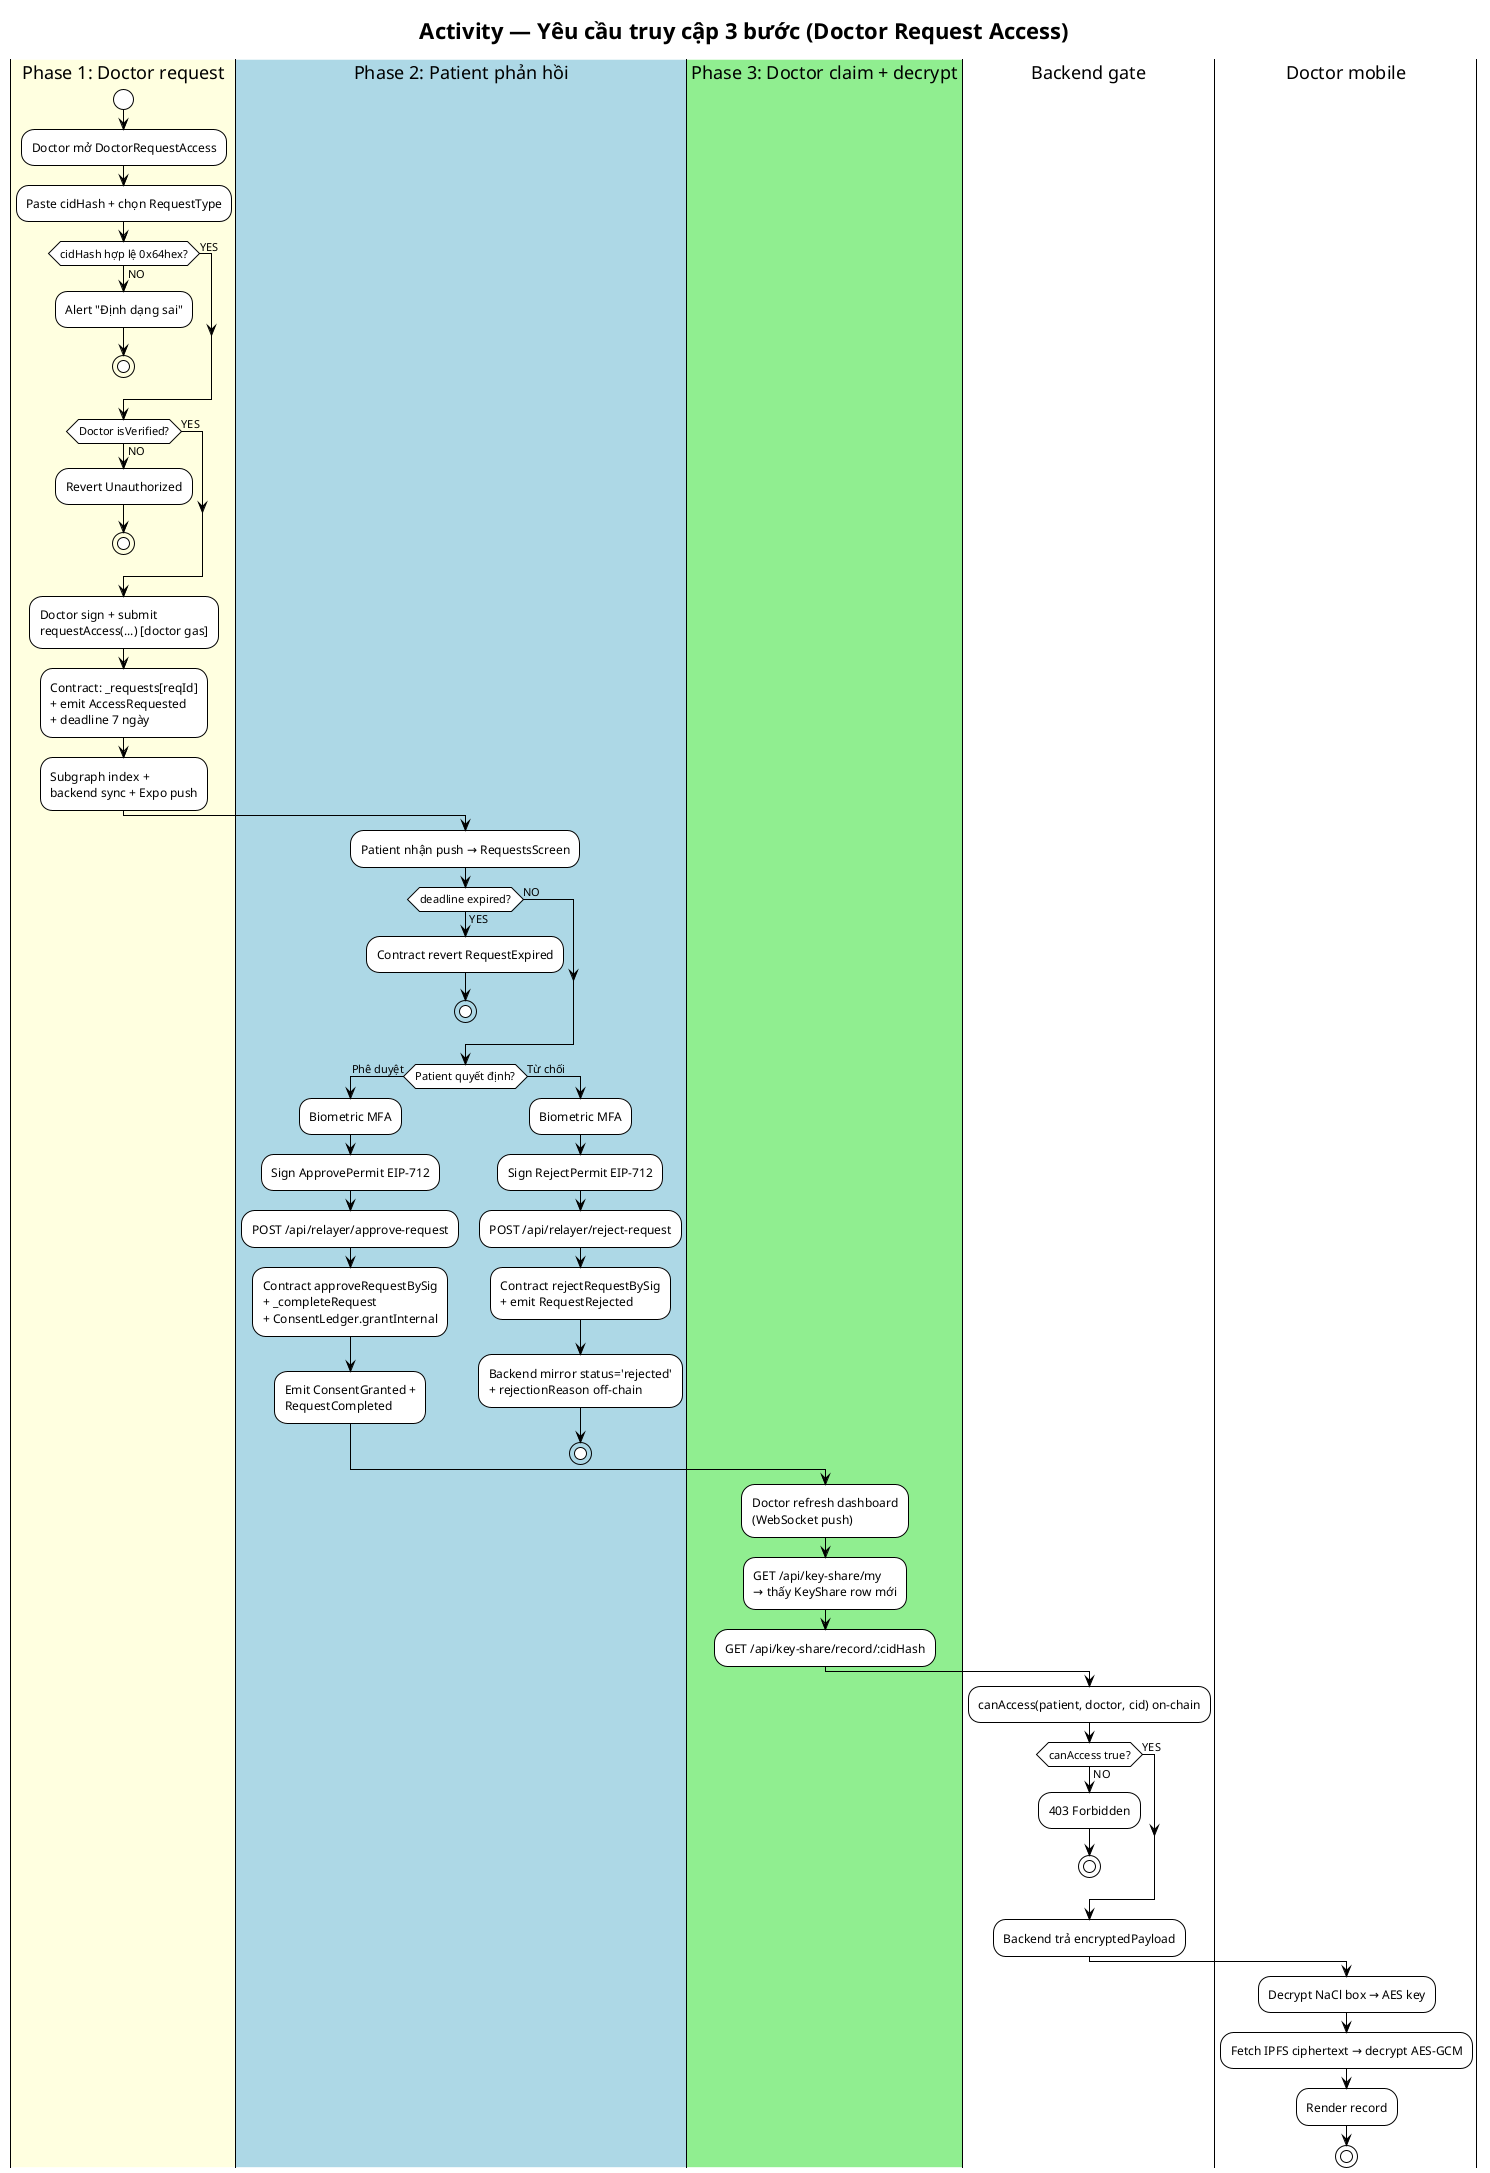
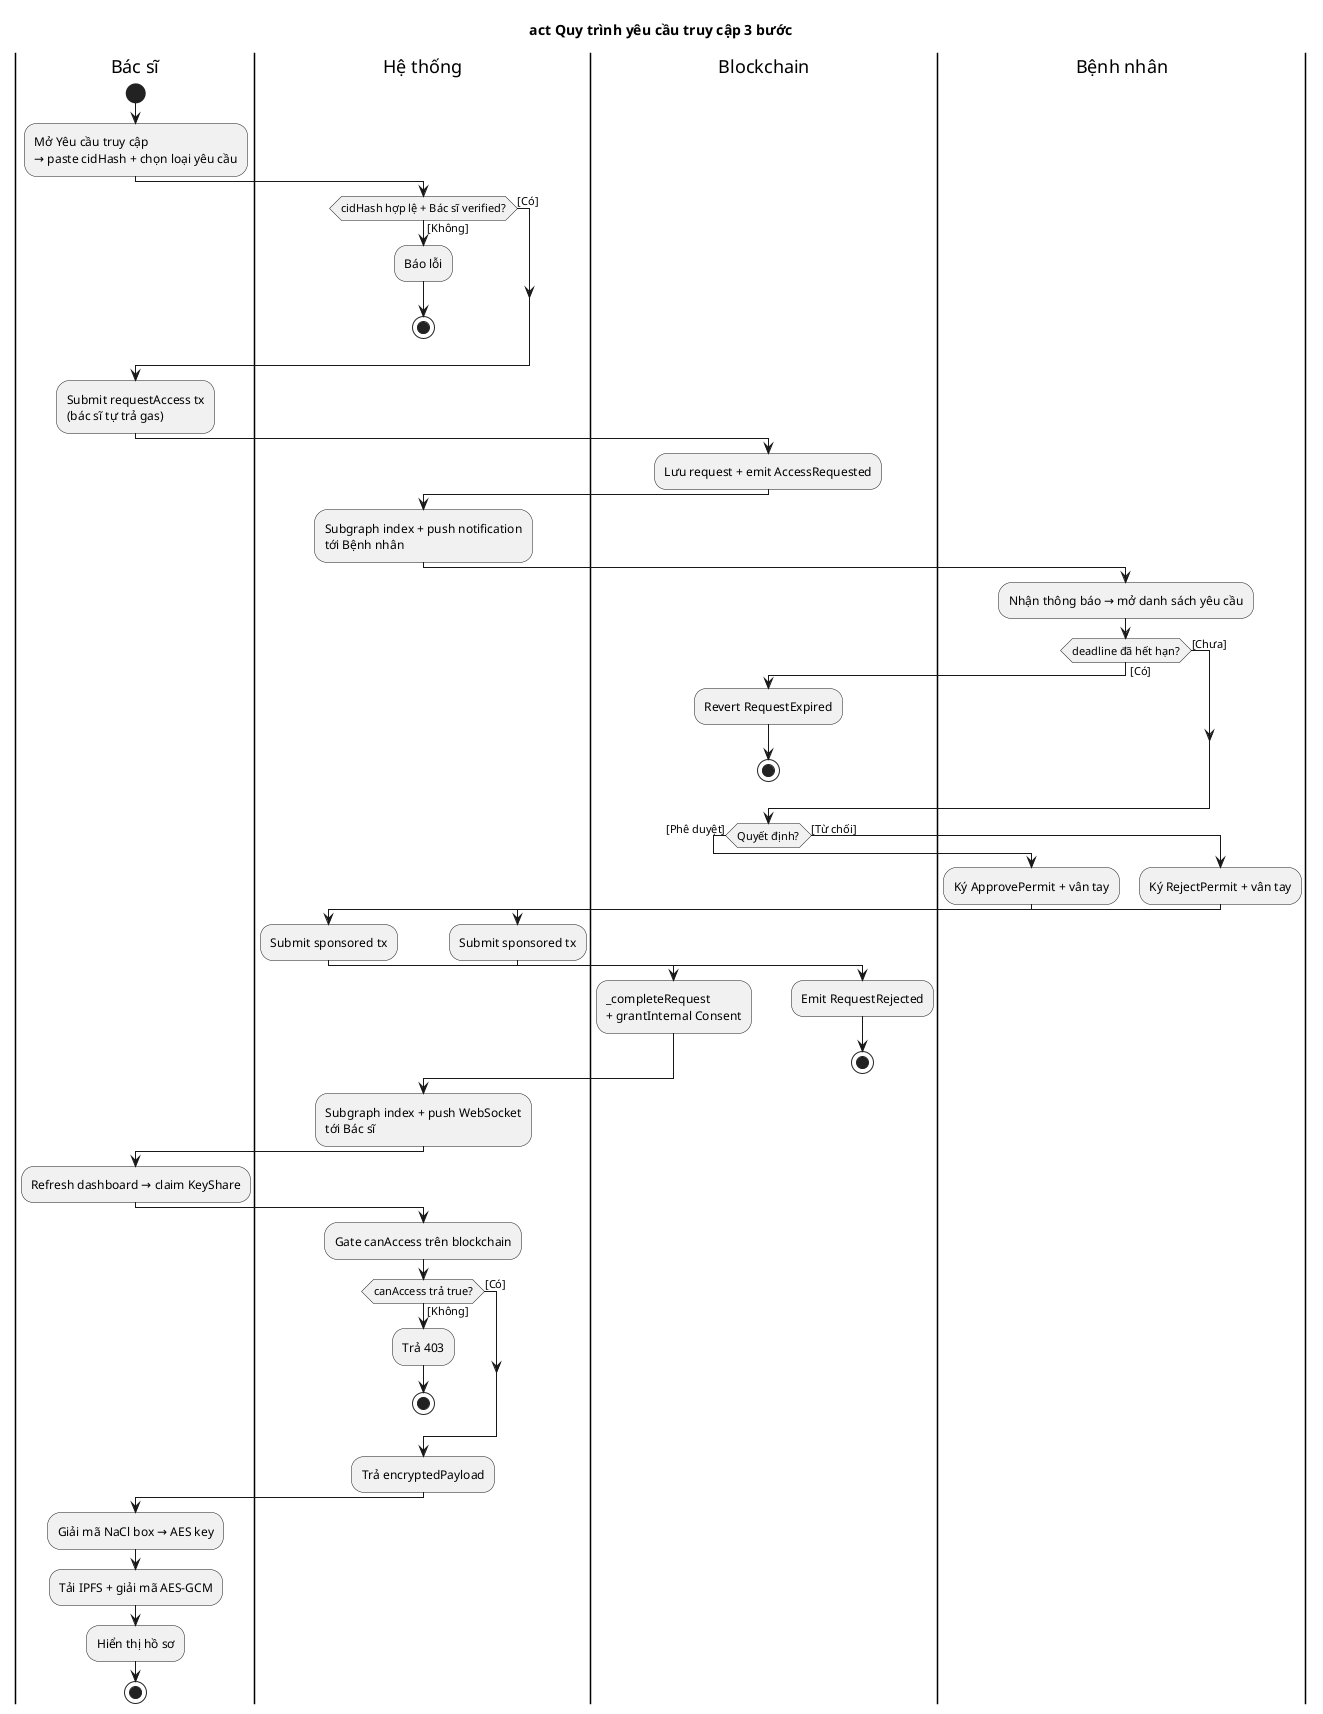
- @startuml activity-request-access
- !theme plain
- title Activity — Yêu cầu truy cập 3 bước (Doctor Request Access)
+ @startuml act-yeu-cau-truy-cap
+ title act Quy trình yêu cầu truy cập 3 bước

- |#LightYellow|Phase 1: Doctor request|
+ |Bác sĩ|
start
- :Doctor mở DoctorRequestAccess;
- :Paste cidHash + chọn RequestType;
+ :Mở Yêu cầu truy cập\n→ paste cidHash + chọn loại yêu cầu;

- if (cidHash hợp lệ 0x64hex?) then (NO)
-   :Alert "Định dạng sai";
+ |Hệ thống|
+ if (cidHash hợp lệ + Bác sĩ verified?) then ([Không])
+   :Báo lỗi;
  stop
- else (YES)
+ else ([Có])
endif

- if (Doctor isVerified?) then (NO)
-   :Revert Unauthorized;
+ |Bác sĩ|
+ :Submit requestAccess tx\n(bác sĩ tự trả gas);
+ 
+ |Blockchain|
+ :Lưu request + emit AccessRequested;
+ 
+ |Hệ thống|
+ :Subgraph index + push notification\ntới Bệnh nhân;
+ 
+ |Bệnh nhân|
+ :Nhận thông báo → mở danh sách yêu cầu;
+ 
+ if (deadline đã hết hạn?) then ([Có])
+   |Blockchain|
+   :Revert RequestExpired;
  stop
- else (YES)
+ else ([Chưa])
endif

- :Doctor sign + submit\nrequestAccess(...) [doctor gas];
- :Contract: _requests[reqId]\n+ emit AccessRequested\n+ deadline 7 ngày;
- :Subgraph index +\nbackend sync + Expo push;
- 
- |#LightBlue|Phase 2: Patient phản hồi|
- :Patient nhận push → RequestsScreen;
- 
- if (deadline expired?) then (YES)
-   :Contract revert RequestExpired;
-   stop
- else (NO)
- endif
- 
- if (Patient quyết định?) then (Phê duyệt)
-   :Biometric MFA;
-   :Sign ApprovePermit EIP-712;
-   :POST /api/relayer/approve-request;
-   :Contract approveRequestBySig\n+ _completeRequest\n+ ConsentLedger.grantInternal;
-   :Emit ConsentGranted +\nRequestCompleted;
- else (Từ chối)
-   :Biometric MFA;
-   :Sign RejectPermit EIP-712;
-   :POST /api/relayer/reject-request;
-   :Contract rejectRequestBySig\n+ emit RequestRejected;
-   :Backend mirror status='rejected'\n+ rejectionReason off-chain;
+ if (Quyết định?) then ([Phê duyệt])
+   |Bệnh nhân|
+   :Ký ApprovePermit + vân tay;
+   |Hệ thống|
+   :Submit sponsored tx;
+   |Blockchain|
+   :_completeRequest\n+ grantInternal Consent;
+ else ([Từ chối])
+   |Bệnh nhân|
+   :Ký RejectPermit + vân tay;
+   |Hệ thống|
+   :Submit sponsored tx;
+   |Blockchain|
+   :Emit RequestRejected;
  stop
endif

- |#LightGreen|Phase 3: Doctor claim + decrypt|
- :Doctor refresh dashboard\n(WebSocket push);
- :GET /api/key-share/my\n→ thấy KeyShare row mới;
- :GET /api/key-share/record/:cidHash;
+ |Hệ thống|
+ :Subgraph index + push WebSocket\ntới Bác sĩ;

- |Backend gate|
- :canAccess(patient, doctor, cid) on-chain;
+ |Bác sĩ|
+ :Refresh dashboard → claim KeyShare;

- if (canAccess true?) then (NO)
-   :403 Forbidden;
+ |Hệ thống|
+ :Gate canAccess trên blockchain;
+ 
+ if (canAccess trả true?) then ([Không])
+   :Trả 403;
  stop
- else (YES)
+ else ([Có])
endif

- :Backend trả encryptedPayload;
+ :Trả encryptedPayload;

- |Doctor mobile|
- :Decrypt NaCl box → AES key;
- :Fetch IPFS ciphertext → decrypt AES-GCM;
- :Render record;
+ |Bác sĩ|
+ :Giải mã NaCl box → AES key;
+ :Tải IPFS + giải mã AES-GCM;
+ :Hiển thị hồ sơ;
stop

@enduml
